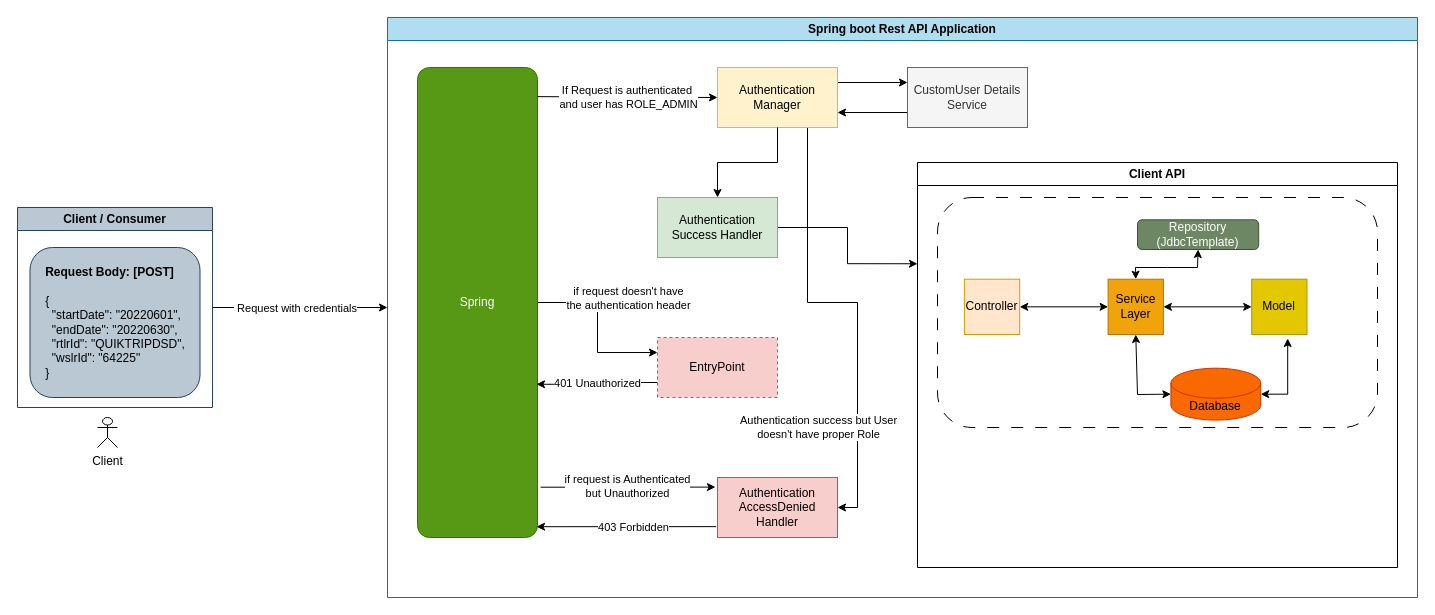
Above: page "Spring boot Flow Diagram" (1 of 3) of Untitled Diagram.drawio in lalalala097/lalalala097 (draw.io), before the change. Source tidied: cells renumbered, new cells numbered last; positions are measured from the earlier drawing's top-left corner, leaving out a move shared by most shapes. Both pictures are drawn from the tidied source at 100%, with x=0, y=0 at pixel (17, 17).
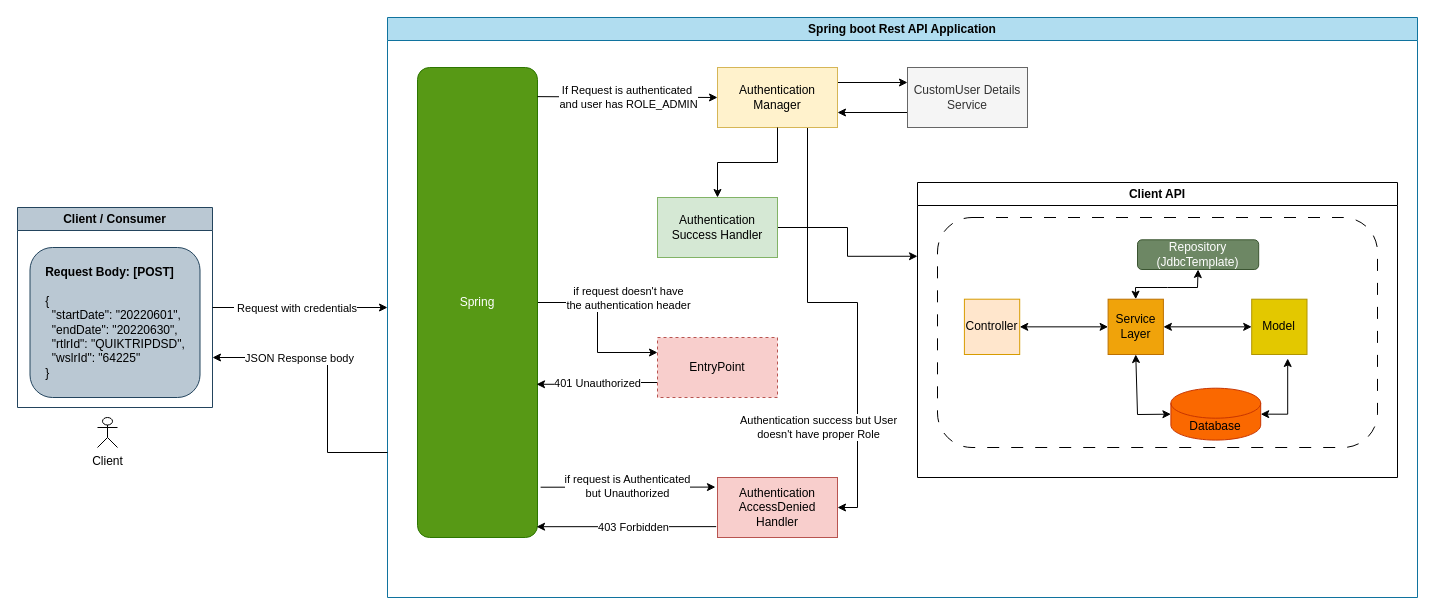
The same page after the edit.

The change refers to these unchanged cells:
```xml
<mxCell id="3" value="Spring boot Rest API Application" style="swimlane;whiteSpace=wrap;html=1;fillColor=#b1ddf0;strokeColor=#10739e;" parent="1" vertex="1">
  <mxGeometry x="370" width="1030" height="580" as="geometry" />
</mxCell>
<mxCell id="40" value="Client / Consumer" style="swimlane;whiteSpace=wrap;html=1;fillColor=#bac8d3;strokeColor=#23445d;" parent="1" vertex="1">
  <mxGeometry y="190" width="195" height="200" as="geometry" />
</mxCell>
```

What changed in the source:
```diff
@@
     <mxCell id="13" value="Client API" style="swimlane;whiteSpace=wrap;html=1;" parent="3" vertex="1">
-      <mxGeometry x="530" y="145" width="480" height="405" as="geometry" />
+      <mxGeometry x="530" y="165" width="480" height="295" as="geometry" />
     </mxCell>
@@
+    <mxCell id="44" style="endArrow=classic;html=1;rounded=0;entryX=1;entryY=0.75;entryDx=0;entryDy=0;exitX=0;exitY=0.75;exitDx=0;exitDy=0;" parent="1" edge="1" source="3" target="40">
+      <mxGeometry relative="1" as="geometry">
+        <Array as="points">
+          <mxPoint x="310" y="435" />
+          <mxPoint x="310" y="340" />
+        </Array>
+      </mxGeometry>
+    </mxCell>
+    <mxCell id="45" value="JSON Response body" style="edgeLabel;html=1;align=center;verticalAlign=middle;" parent="44" vertex="1">
+      <mxGeometry x="0.36" relative="1" as="geometry" />
+    </mxCell>
```
